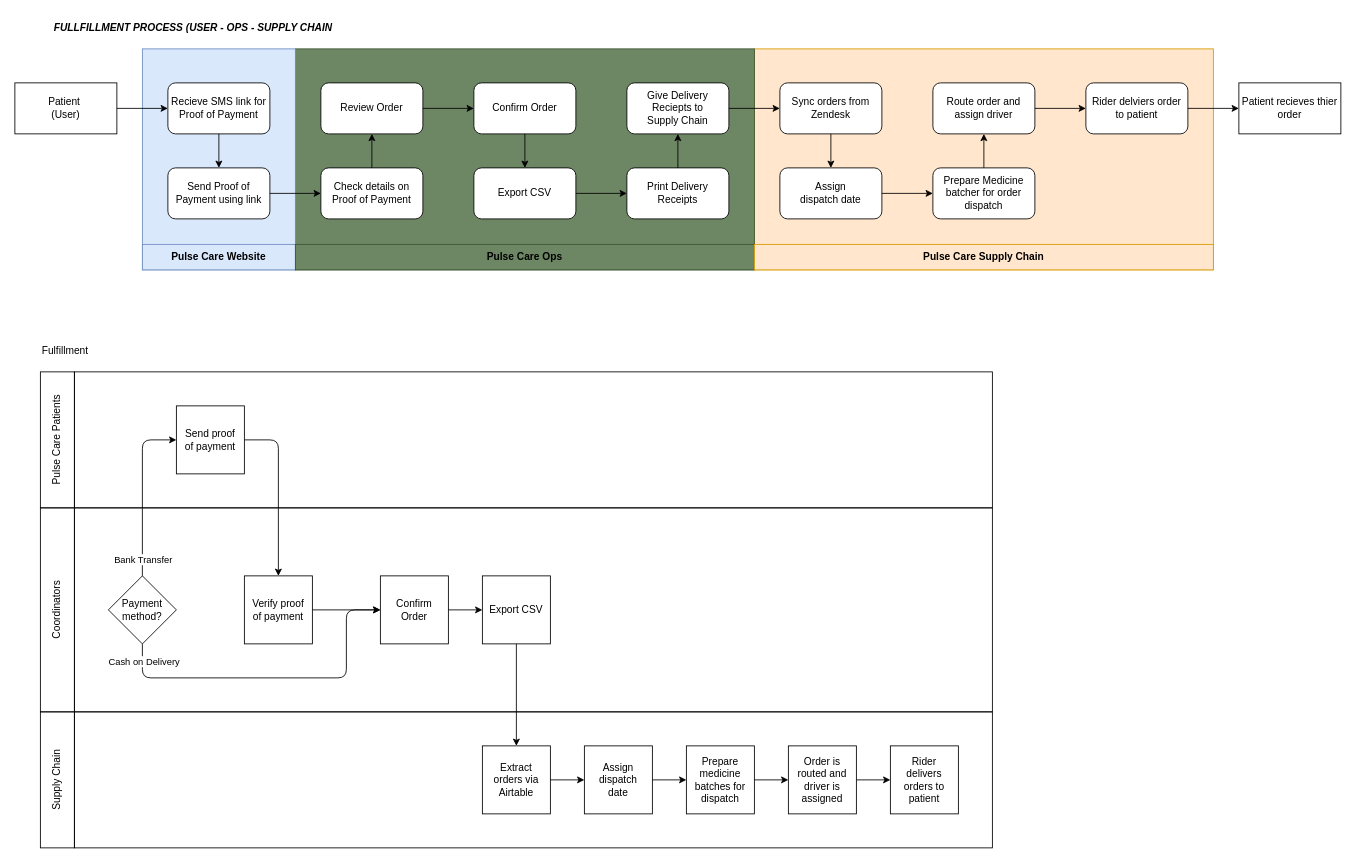
MedGrocer/diagrams keeps this draw.io diagram as page "Data Flow Diagram" (1 of 2) of Patient Programs/NS Pulse Care/Fulfillment.dio. Above is the earlier version. Source tidied: cells renumbered, new cells numbered last; positions are measured from the earlier drawing's top-left corner, leaving out a move shared by most shapes. Both pictures are drawn from the tidied source at 85%, with x=0, y=0 at pixel (-45, 14).
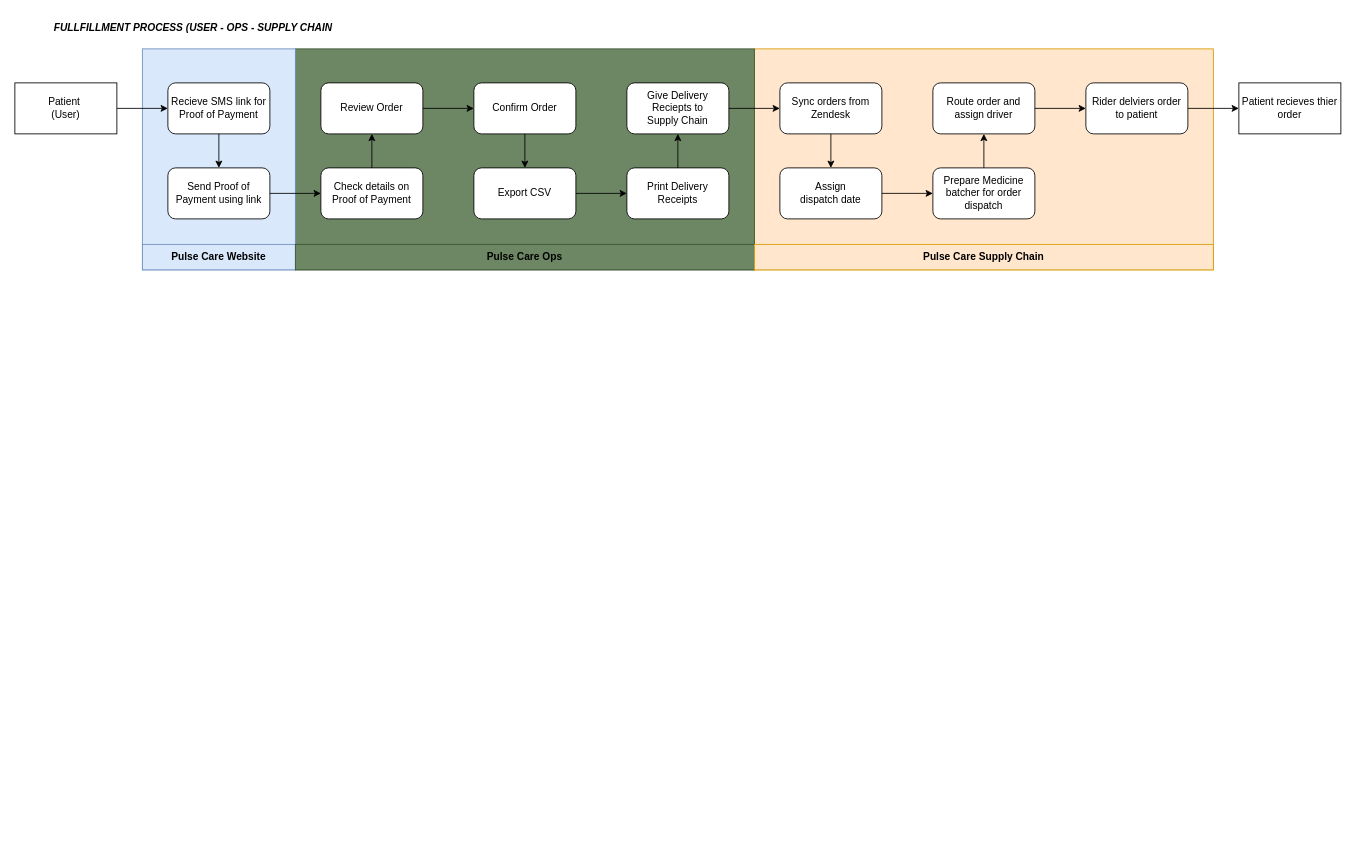
The same diagram, later.

The edit, as a diff of the source:
```diff
@@
-    <mxCell id="2" style="group;" parent="1" vertex="1">
-      <mxGeometry x="100" y="380" width="1120" height="600" as="geometry" />
-    </mxCell>
-    <mxCell id="3" style="rounded=0;whiteSpace=wrap;html=1;fillColor=none;" parent="2" vertex="1">
-      <mxGeometry x="40" y="440" width="1080" height="160" as="geometry" />
-    </mxCell>
-    <mxCell id="4" style="rounded=0;whiteSpace=wrap;html=1;fillColor=none;" parent="2" vertex="1">
-      <mxGeometry x="40" y="40" width="1080" height="160" as="geometry" />
-    </mxCell>
-    <mxCell id="5" value="Pulse Care Patients" style="rounded=0;whiteSpace=wrap;html=1;fillColor=none;rotation=-90;" parent="2" vertex="1">
-      <mxGeometry x="-60" y="100" width="160" height="40" as="geometry" />
-    </mxCell>
-    <mxCell id="6" value="Fulfillment" style="text;html=1;align=left;verticalAlign=middle;strokeColor=none;fillColor=none;" parent="2" vertex="1">
-      <mxGeometry width="80" height="30" as="geometry" />
-    </mxCell>
-    <mxCell id="7" style="rounded=0;whiteSpace=wrap;html=1;fillColor=none;" parent="2" vertex="1">
-      <mxGeometry x="40" y="200" width="1080" height="240" as="geometry" />
-    </mxCell>
-    <mxCell id="8" value="Coordinators" style="rounded=0;whiteSpace=wrap;html=1;fillColor=none;rotation=-90;" parent="2" vertex="1">
-      <mxGeometry x="-100" y="300" width="240" height="40" as="geometry" />
-    </mxCell>
-    <mxCell id="9" value="Send proof&lt;br&gt;of payment" style="rounded=0;whiteSpace=wrap;html=1;fillColor=none;" parent="2" vertex="1">
-      <mxGeometry x="160" y="80" width="80" height="80" as="geometry" />
-    </mxCell>
-    <mxCell id="10" value="Confirm&lt;br&gt;Order" style="rounded=0;whiteSpace=wrap;html=1;fillColor=none;" parent="2" vertex="1">
-      <mxGeometry x="400" y="280" width="80" height="80" as="geometry" />
-    </mxCell>
-    <mxCell id="11" style="edgeStyle=none;html=1;exitX=0.5;exitY=1;exitDx=0;exitDy=0;entryX=0;entryY=0.5;entryDx=0;entryDy=0;" parent="2" edge="1" source="24" target="10">
-      <mxGeometry relative="1" as="geometry">
-        <Array as="points">
-          <mxPoint x="120" y="400" />
-          <mxPoint x="360" y="400" />
-          <mxPoint x="360" y="320" />
-        </Array>
-      </mxGeometry>
-    </mxCell>
-    <mxCell id="12" value="Cash on Delivery" style="edgeLabel;html=1;align=center;verticalAlign=middle;" parent="11" vertex="1">
-      <mxGeometry x="-0.62" y="1" relative="1" as="geometry">
-        <mxPoint x="-35" y="-19" as="offset" />
-      </mxGeometry>
-    </mxCell>
-    <mxCell id="13" style="edgeStyle=none;html=1;entryX=0;entryY=0.5;entryDx=0;entryDy=0;" parent="2" edge="1" source="27" target="10">
-      <mxGeometry relative="1" as="geometry" />
-    </mxCell>
-    <mxCell id="14" value="Extract&lt;br&gt;orders via Airtable" style="rounded=0;whiteSpace=wrap;html=1;fillColor=none;" parent="2" vertex="1">
-      <mxGeometry x="520" y="480" width="80" height="80" as="geometry" />
-    </mxCell>
-    <mxCell id="15" style="edgeStyle=none;html=1;entryX=0.5;entryY=0;entryDx=0;entryDy=0;" parent="2" edge="1" source="29" target="14">
-      <mxGeometry relative="1" as="geometry" />
-    </mxCell>
-    <mxCell id="16" value="Assign dispatch&lt;br&gt;date" style="rounded=0;whiteSpace=wrap;html=1;fillColor=none;" parent="2" vertex="1">
-      <mxGeometry x="640" y="480" width="80" height="80" as="geometry" />
-    </mxCell>
-    <mxCell id="17" style="edgeStyle=none;html=1;entryX=0;entryY=0.5;entryDx=0;entryDy=0;" parent="2" edge="1" source="14" target="16">
-      <mxGeometry relative="1" as="geometry" />
-    </mxCell>
-    <mxCell id="18" value="Prepare medicine batches for dispatch" style="rounded=0;whiteSpace=wrap;html=1;fillColor=none;" parent="2" vertex="1">
-      <mxGeometry x="760" y="480" width="80" height="80" as="geometry" />
-    </mxCell>
-    <mxCell id="19" style="edgeStyle=none;html=1;entryX=0;entryY=0.5;entryDx=0;entryDy=0;" parent="2" edge="1" source="16" target="18">
-      <mxGeometry relative="1" as="geometry" />
-    </mxCell>
-    <mxCell id="20" value="Order is routed and driver is assigned" style="rounded=0;whiteSpace=wrap;html=1;fillColor=none;" parent="2" vertex="1">
-      <mxGeometry x="880" y="480" width="80" height="80" as="geometry" />
-    </mxCell>
-    <mxCell id="21" style="edgeStyle=none;html=1;entryX=0;entryY=0.5;entryDx=0;entryDy=0;" parent="2" edge="1" source="18" target="20">
-      <mxGeometry relative="1" as="geometry" />
-    </mxCell>
-    <mxCell id="22" value="Rider&lt;br&gt;delivers orders to patient" style="rounded=0;whiteSpace=wrap;html=1;fillColor=none;" parent="2" vertex="1">
-      <mxGeometry x="1000" y="480" width="80" height="80" as="geometry" />
-    </mxCell>
-    <mxCell id="23" style="edgeStyle=none;html=1;entryX=0;entryY=0.5;entryDx=0;entryDy=0;" parent="2" edge="1" source="20" target="22">
-      <mxGeometry relative="1" as="geometry" />
-    </mxCell>
-    <mxCell id="24" value="Payment method?" style="rhombus;whiteSpace=wrap;html=1;" parent="2" vertex="1">
-      <mxGeometry x="80" y="280" width="80" height="80" as="geometry" />
-    </mxCell>
-    <mxCell id="25" style="edgeStyle=none;html=1;entryX=0;entryY=0.5;entryDx=0;entryDy=0;" parent="2" edge="1" source="24" target="9">
-      <mxGeometry relative="1" as="geometry">
-        <Array as="points">
-          <mxPoint x="120" y="120" />
-        </Array>
-      </mxGeometry>
-    </mxCell>
-    <mxCell id="26" value="Bank Transfer" style="edgeLabel;html=1;align=center;verticalAlign=middle;" parent="25" vertex="1">
-      <mxGeometry x="0.29" relative="1" as="geometry">
-        <mxPoint y="109" as="offset" />
-      </mxGeometry>
-    </mxCell>
-    <mxCell id="27" value="Verify proof&lt;br&gt;of payment" style="rounded=0;whiteSpace=wrap;html=1;fillColor=none;" parent="2" vertex="1">
-      <mxGeometry x="240" y="280" width="80" height="80" as="geometry" />
-    </mxCell>
-    <mxCell id="28" style="edgeStyle=none;html=1;entryX=0.5;entryY=0;entryDx=0;entryDy=0;exitX=1;exitY=0.5;exitDx=0;exitDy=0;" parent="2" edge="1" source="9" target="27">
-      <mxGeometry relative="1" as="geometry">
-        <Array as="points">
-          <mxPoint x="240" y="120" />
-          <mxPoint x="280" y="120" />
-        </Array>
-      </mxGeometry>
-    </mxCell>
-    <mxCell id="29" value="Export CSV" style="rounded=0;whiteSpace=wrap;html=1;fillColor=none;" parent="2" vertex="1">
-      <mxGeometry x="520" y="280" width="80" height="80" as="geometry" />
-    </mxCell>
-    <mxCell id="30" style="edgeStyle=none;html=1;entryX=0;entryY=0.5;entryDx=0;entryDy=0;" parent="2" edge="1" source="10" target="29">
-      <mxGeometry relative="1" as="geometry" />
-    </mxCell>
-    <mxCell id="31" value="Supply Chain" style="rounded=0;whiteSpace=wrap;html=1;fillColor=none;rotation=-90;" parent="2" vertex="1">
-      <mxGeometry x="-60" y="500" width="160" height="40" as="geometry" />
-    </mxCell>
```
